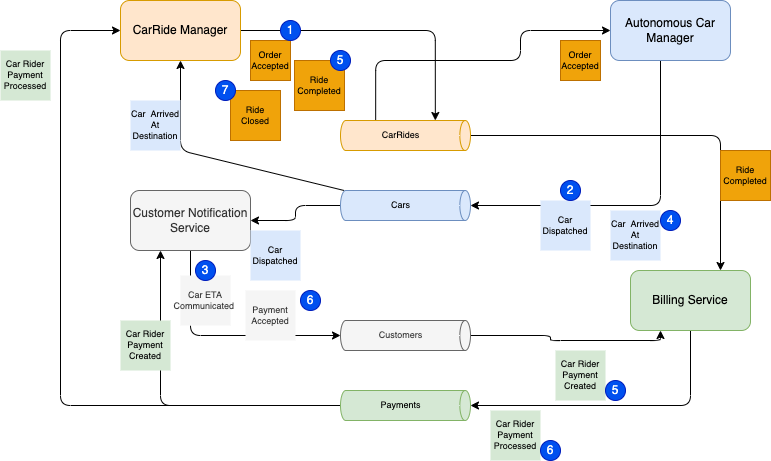
jbcodeforce/eda-studies keeps this draw.io diagram as docs/solutions/autonomous-car/diagrams/choreography.drawio.png. Above is the earlier version. Source tidied: cells renumbered, new cells last; positions are measured from the earlier drawing's top-left corner, leaving out a move shared by most shapes.
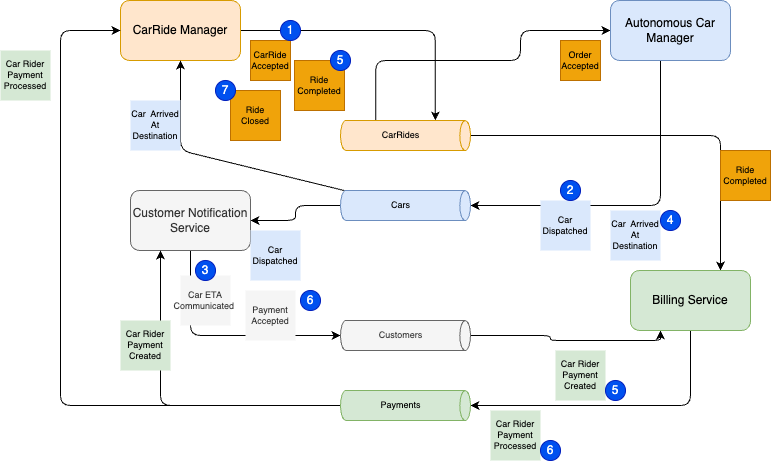
After the commit.

The edit, as a diff of the source:
```diff
@@ -8,7 +8,7 @@
     <mxCell id="3" value="CarRide Manager" style="rounded=1;whiteSpace=wrap;html=1;fillColor=#ffe6cc;strokeColor=#d79b00;" parent="1" vertex="1">
       <mxGeometry x="120" width="120" height="60" as="geometry" />
     </mxCell>
-    <mxCell id="4" value="Order&lt;br&gt;Accepted" style="whiteSpace=wrap;html=1;fillColor=#f0a30a;fontColor=#000000;strokeColor=#BD7000;fontSize=9;" parent="1" vertex="1">
+    <mxCell id="4" value="CarRide&lt;br&gt;Accepted" style="whiteSpace=wrap;html=1;fillColor=#f0a30a;fontColor=#000000;strokeColor=#BD7000;fontSize=9;" parent="1" vertex="1">
       <mxGeometry x="250" y="40" width="40" height="40" as="geometry" />
     </mxCell>
     <mxCell id="5" style="edgeStyle=orthogonalEdgeStyle;html=1;entryX=0;entryY=0.5;entryDx=0;entryDy=0;fontSize=9;exitX=0;exitY=0;exitDx=0;exitDy=94.83396911621094;exitPerimeter=0;" parent="1" edge="1" source="7" target="9">
```
